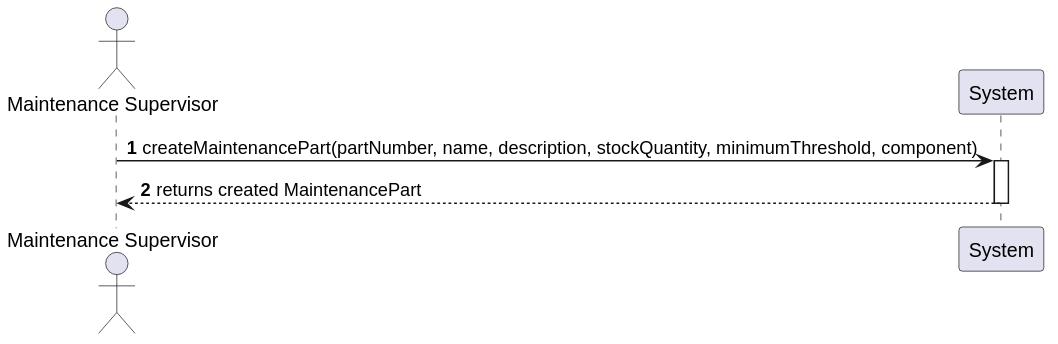
Above: docs/system-documentation/use-cases/WP4A/US226/svg/ssd_us226.svg in VascoMagolo/psoft_1231562_1241692_1242036_2db (PlantUML), before the change. The source it was exported from:
```plantuml
@startuml
autonumber
actor "Maintenance Supervisor" as Actor
participant "System" as Sys
Actor -> Sys : createMaintenancePart(partNumber, name, description, stockQuantity, minimumThreshold, component)
activate Sys
Sys --> Actor : returns created MaintenancePart
deactivate Sys
@enduml
```
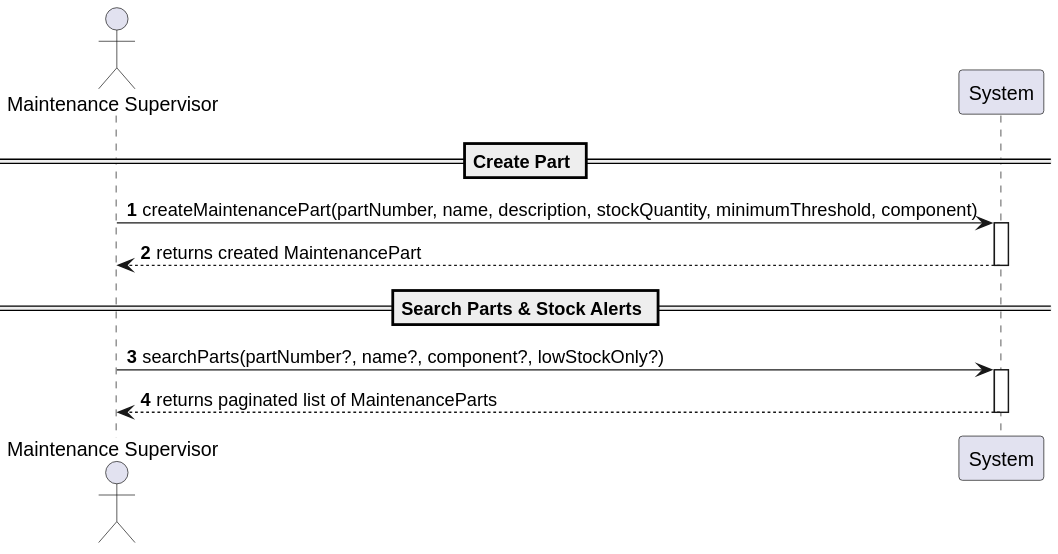
After the change.

Change to the diagram source:
```diff
@@ -2,8 +2,16 @@
 autonumber
 actor "Maintenance Supervisor" as Actor
 participant "System" as Sys
+
+== Create Part ==
 Actor -> Sys : createMaintenancePart(partNumber, name, description, stockQuantity, minimumThreshold, component)
 activate Sys
 Sys --> Actor : returns created MaintenancePart
 deactivate Sys
+
+== Search Parts & Stock Alerts ==
+Actor -> Sys : searchParts(partNumber?, name?, component?, lowStockOnly?)
+activate Sys
+Sys --> Actor : returns paginated list of MaintenanceParts
+deactivate Sys
 @enduml
```
